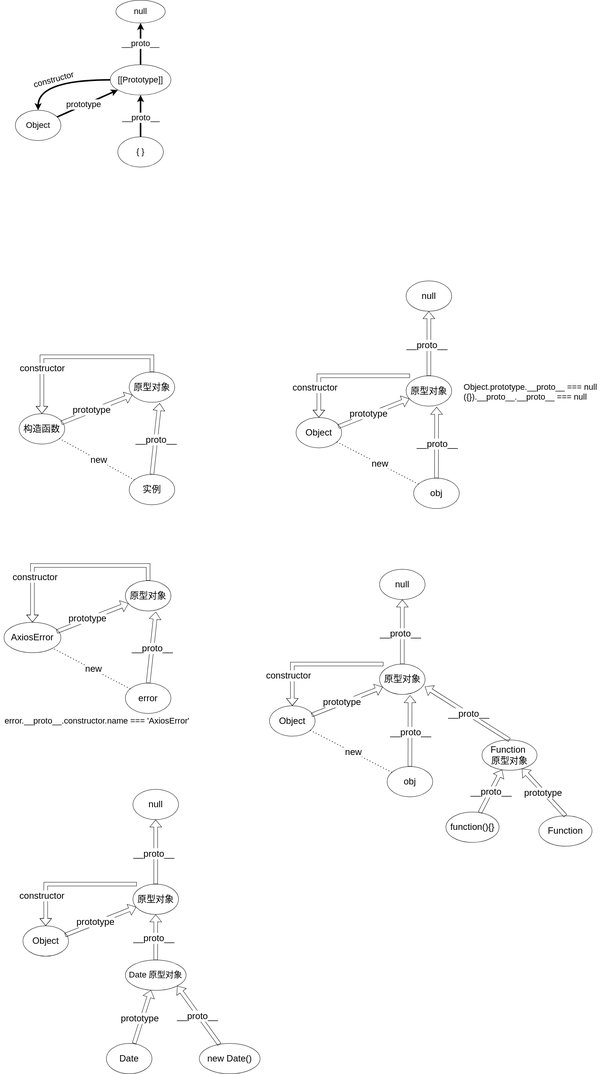
Before: es-prototypeObj-constructor-instance.drawio.svg, a diagram exported from draw.io (Linhieng/diagrams). Source tidied: cells renumbered, new cells last; positions are measured from the earlier drawing's top-left corner, leaving out a move shared by most shapes.
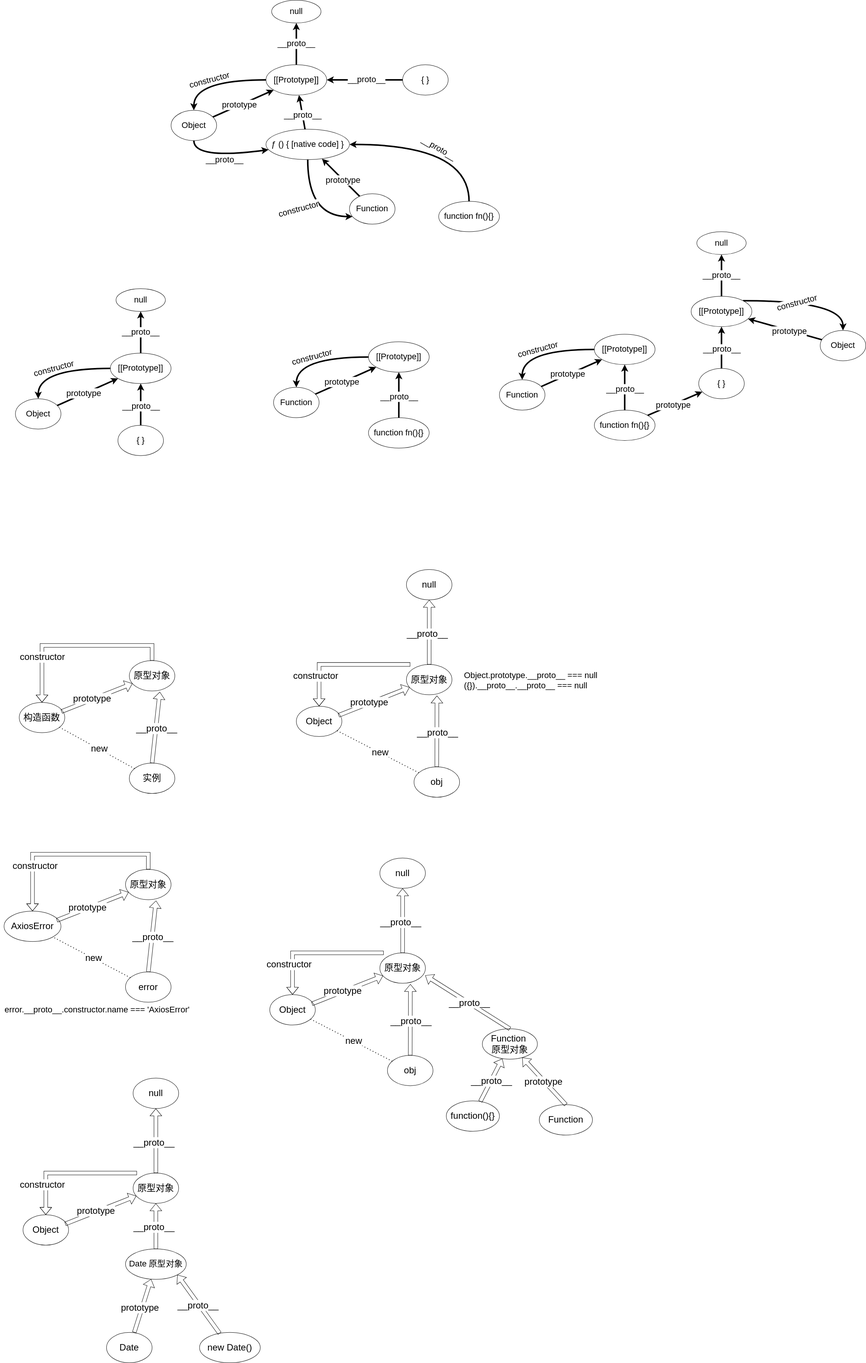
Later version of the same file.

Change to the diagram source:
```diff
@@ -346,5 +346,212 @@
     <mxCell id="92" value="null" style="ellipse;whiteSpace=wrap;html=1;fontSize=22;" parent="1" vertex="1">
       <mxGeometry x="305" width="130" height="60" as="geometry" />
     </mxCell>
+    <mxCell id="93" style="rounded=0;jettySize=auto;html=1;strokeWidth=4;" parent="1" edge="1" source="95" target="101">
+      <mxGeometry relative="1" as="geometry" />
+    </mxCell>
+    <mxCell id="94" value="&lt;font style=&quot;font-size: 22px;&quot;&gt;prototype&lt;/font&gt;" style="edgeLabel;html=1;align=center;verticalAlign=middle;" parent="93" vertex="1">
+      <mxGeometry x="-0.12" y="2" relative="1" as="geometry" />
+    </mxCell>
+    <mxCell id="95" value="Function" style="ellipse;whiteSpace=wrap;html=1;fontSize=22;" parent="1" vertex="1">
+      <mxGeometry x="720" y="260" width="120" height="80" as="geometry" />
+    </mxCell>
+    <mxCell id="96" style="edgeStyle=orthogonalEdgeStyle;rounded=0;jettySize=auto;html=1;strokeWidth=4;" parent="1" edge="1" source="98" target="101">
+      <mxGeometry relative="1" as="geometry" />
+    </mxCell>
+    <mxCell id="97" value="&lt;font style=&quot;font-size: 22px;&quot;&gt;__proto__&lt;/font&gt;" style="edgeLabel;html=1;align=center;verticalAlign=middle;" parent="96" vertex="1">
+      <mxGeometry x="-0.07" y="-2" relative="1" as="geometry">
+        <mxPoint x="-2" as="offset" />
+      </mxGeometry>
+    </mxCell>
+    <mxCell id="98" value="function fn(){}" style="ellipse;whiteSpace=wrap;html=1;fontSize=22;" parent="1" vertex="1">
+      <mxGeometry x="970" y="340" width="160" height="80" as="geometry" />
+    </mxCell>
+    <mxCell id="99" style="edgeStyle=orthogonalEdgeStyle;rounded=0;jettySize=auto;html=1;strokeWidth=4;curved=1;" parent="1" edge="1" source="101" target="95">
+      <mxGeometry relative="1" as="geometry" />
+    </mxCell>
+    <mxCell id="100" value="&lt;font style=&quot;font-size: 22px;&quot;&gt;constructor&lt;/font&gt;" style="edgeLabel;html=1;align=center;verticalAlign=middle;rotation=-15;" parent="99" vertex="1">
+      <mxGeometry x="-0.05" y="-3" relative="1" as="geometry">
+        <mxPoint x="-22" y="3" as="offset" />
+      </mxGeometry>
+    </mxCell>
+    <mxCell id="101" value="[[Prototype]]" style="ellipse;whiteSpace=wrap;html=1;fontSize=22;" parent="1" vertex="1">
+      <mxGeometry x="970" y="140" width="160" height="80" as="geometry" />
+    </mxCell>
+    <mxCell id="102" style="rounded=0;jettySize=auto;html=1;strokeWidth=4;" parent="1" edge="1" source="104" target="110">
+      <mxGeometry relative="1" as="geometry" />
+    </mxCell>
+    <mxCell id="103" value="&lt;font style=&quot;font-size: 22px;&quot;&gt;prototype&lt;/font&gt;" style="edgeLabel;html=1;align=center;verticalAlign=middle;" parent="102" vertex="1">
+      <mxGeometry x="-0.12" y="2" relative="1" as="geometry" />
+    </mxCell>
+    <mxCell id="104" value="Function" style="ellipse;whiteSpace=wrap;html=1;fontSize=22;" parent="1" vertex="1">
+      <mxGeometry x="1315" y="240" width="120" height="80" as="geometry" />
+    </mxCell>
+    <mxCell id="105" style="edgeStyle=orthogonalEdgeStyle;rounded=0;jettySize=auto;html=1;strokeWidth=4;" parent="1" edge="1" source="107" target="110">
+      <mxGeometry relative="1" as="geometry" />
+    </mxCell>
+    <mxCell id="106" value="&lt;font style=&quot;font-size: 22px;&quot;&gt;__proto__&lt;/font&gt;" style="edgeLabel;html=1;align=center;verticalAlign=middle;" parent="105" vertex="1">
+      <mxGeometry x="-0.07" y="-2" relative="1" as="geometry">
+        <mxPoint x="-2" as="offset" />
+      </mxGeometry>
+    </mxCell>
+    <mxCell id="107" value="function fn(){}" style="ellipse;whiteSpace=wrap;html=1;fontSize=22;" parent="1" vertex="1">
+      <mxGeometry x="1565" y="320" width="160" height="80" as="geometry" />
+    </mxCell>
+    <mxCell id="108" style="edgeStyle=orthogonalEdgeStyle;rounded=0;jettySize=auto;html=1;strokeWidth=4;curved=1;" parent="1" edge="1" source="110" target="104">
+      <mxGeometry relative="1" as="geometry" />
+    </mxCell>
+    <mxCell id="109" value="&lt;font style=&quot;font-size: 22px;&quot;&gt;constructor&lt;/font&gt;" style="edgeLabel;html=1;align=center;verticalAlign=middle;rotation=-15;" parent="108" vertex="1">
+      <mxGeometry x="-0.05" y="-3" relative="1" as="geometry">
+        <mxPoint x="-22" y="3" as="offset" />
+      </mxGeometry>
+    </mxCell>
+    <mxCell id="110" value="[[Prototype]]" style="ellipse;whiteSpace=wrap;html=1;fontSize=22;" parent="1" vertex="1">
+      <mxGeometry x="1565" y="120" width="160" height="80" as="geometry" />
+    </mxCell>
+    <mxCell id="111" style="rounded=0;jettySize=auto;html=1;strokeWidth=4;" parent="1" edge="1" source="107" target="118">
+      <mxGeometry relative="1" as="geometry" />
+    </mxCell>
+    <mxCell id="112" value="&lt;font style=&quot;font-size: 22px;&quot;&gt;prototype&lt;/font&gt;" style="edgeLabel;html=1;align=center;verticalAlign=middle;" parent="111" vertex="1">
+      <mxGeometry x="-0.07" y="-2" relative="1" as="geometry">
+        <mxPoint x="-2" as="offset" />
+      </mxGeometry>
+    </mxCell>
+    <mxCell id="113" style="rounded=0;jettySize=auto;html=1;strokeWidth=4;" parent="1" edge="1" source="115" target="123">
+      <mxGeometry relative="1" as="geometry" />
+    </mxCell>
+    <mxCell id="114" value="&lt;font style=&quot;font-size: 22px;&quot;&gt;prototype&lt;/font&gt;" style="edgeLabel;html=1;align=center;verticalAlign=middle;" parent="113" vertex="1">
+      <mxGeometry x="-0.12" y="2" relative="1" as="geometry" />
+    </mxCell>
+    <mxCell id="115" value="Object" style="ellipse;whiteSpace=wrap;html=1;fontSize=22;" parent="1" vertex="1">
+      <mxGeometry x="2160" y="110" width="120" height="80" as="geometry" />
+    </mxCell>
+    <mxCell id="116" style="edgeStyle=orthogonalEdgeStyle;rounded=0;jettySize=auto;html=1;strokeWidth=4;" parent="1" edge="1" source="118" target="123">
+      <mxGeometry relative="1" as="geometry" />
+    </mxCell>
+    <mxCell id="117" value="&lt;font style=&quot;font-size: 22px;&quot;&gt;__proto__&lt;/font&gt;" style="edgeLabel;html=1;align=center;verticalAlign=middle;" parent="116" vertex="1">
+      <mxGeometry x="-0.07" y="-2" relative="1" as="geometry">
+        <mxPoint x="-2" as="offset" />
+      </mxGeometry>
+    </mxCell>
+    <mxCell id="118" value="{ }" style="ellipse;whiteSpace=wrap;html=1;fontSize=22;" parent="1" vertex="1">
+      <mxGeometry x="1840" y="210" width="120" height="80" as="geometry" />
+    </mxCell>
+    <mxCell id="119" style="edgeStyle=orthogonalEdgeStyle;rounded=0;jettySize=auto;html=1;strokeWidth=4;" parent="1" edge="1" source="123" target="124">
+      <mxGeometry relative="1" as="geometry" />
+    </mxCell>
+    <mxCell id="120" value="&lt;font style=&quot;font-size: 22px;&quot;&gt;__proto__&lt;/font&gt;" style="edgeLabel;html=1;align=center;verticalAlign=middle;" parent="119" vertex="1">
+      <mxGeometry x="0.01" y="1" relative="1" as="geometry" />
+    </mxCell>
+    <mxCell id="121" style="edgeStyle=orthogonalEdgeStyle;rounded=0;jettySize=auto;html=1;strokeWidth=4;curved=1;exitX=1;exitY=0;exitDx=0;exitDy=0;" parent="1" edge="1" source="123" target="115">
+      <mxGeometry relative="1" as="geometry" />
+    </mxCell>
+    <mxCell id="122" value="&lt;font style=&quot;font-size: 22px;&quot;&gt;constructor&lt;/font&gt;" style="edgeLabel;html=1;align=center;verticalAlign=middle;rotation=-15;" parent="121" vertex="1">
+      <mxGeometry x="-0.05" y="-3" relative="1" as="geometry">
+        <mxPoint x="-22" y="3" as="offset" />
+      </mxGeometry>
+    </mxCell>
+    <mxCell id="123" value="[[Prototype]]" style="ellipse;whiteSpace=wrap;html=1;fontSize=22;" parent="1" vertex="1">
+      <mxGeometry x="1820" y="20" width="160" height="80" as="geometry" />
+    </mxCell>
+    <mxCell id="124" value="null" style="ellipse;whiteSpace=wrap;html=1;fontSize=22;" parent="1" vertex="1">
+      <mxGeometry x="1835" y="-150" width="130" height="60" as="geometry" />
+    </mxCell>
+    <mxCell id="125" style="rounded=0;jettySize=auto;html=1;strokeWidth=4;" parent="1" edge="1" source="127" target="135">
+      <mxGeometry relative="1" as="geometry" />
+    </mxCell>
+    <mxCell id="126" value="&lt;font style=&quot;font-size: 22px;&quot;&gt;prototype&lt;/font&gt;" style="edgeLabel;html=1;align=center;verticalAlign=middle;" parent="125" vertex="1">
+      <mxGeometry x="-0.12" y="2" relative="1" as="geometry" />
+    </mxCell>
+    <mxCell id="127" value="Object" style="ellipse;whiteSpace=wrap;html=1;fontSize=22;" parent="1" vertex="1">
+      <mxGeometry x="450" y="-470" width="120" height="80" as="geometry" />
+    </mxCell>
+    <mxCell id="128" style="rounded=0;jettySize=auto;html=1;strokeWidth=4;" parent="1" edge="1" source="130" target="135">
+      <mxGeometry relative="1" as="geometry" />
+    </mxCell>
+    <mxCell id="129" value="&lt;font style=&quot;font-size: 22px;&quot;&gt;__proto__&lt;/font&gt;" style="edgeLabel;html=1;align=center;verticalAlign=middle;" parent="128" vertex="1">
+      <mxGeometry x="-0.07" y="-2" relative="1" as="geometry">
+        <mxPoint x="-2" as="offset" />
+      </mxGeometry>
+    </mxCell>
+    <mxCell id="130" value="{ }" style="ellipse;whiteSpace=wrap;html=1;fontSize=22;" parent="1" vertex="1">
+      <mxGeometry x="1060" y="-590" width="120" height="80" as="geometry" />
+    </mxCell>
+    <mxCell id="131" style="edgeStyle=orthogonalEdgeStyle;rounded=0;jettySize=auto;html=1;strokeWidth=4;" parent="1" edge="1" source="135" target="136">
+      <mxGeometry relative="1" as="geometry" />
+    </mxCell>
+    <mxCell id="132" value="&lt;font style=&quot;font-size: 22px;&quot;&gt;__proto__&lt;/font&gt;" style="edgeLabel;html=1;align=center;verticalAlign=middle;" parent="131" vertex="1">
+      <mxGeometry x="0.01" y="1" relative="1" as="geometry" />
+    </mxCell>
+    <mxCell id="133" style="edgeStyle=orthogonalEdgeStyle;rounded=0;jettySize=auto;html=1;strokeWidth=4;curved=1;" parent="1" edge="1" source="135" target="127">
+      <mxGeometry relative="1" as="geometry" />
+    </mxCell>
+    <mxCell id="134" value="&lt;font style=&quot;font-size: 22px;&quot;&gt;constructor&lt;/font&gt;" style="edgeLabel;html=1;align=center;verticalAlign=middle;rotation=-15;" parent="133" vertex="1">
+      <mxGeometry x="-0.05" y="-3" relative="1" as="geometry">
+        <mxPoint x="-22" y="3" as="offset" />
+      </mxGeometry>
+    </mxCell>
+    <mxCell id="135" value="[[Prototype]]" style="ellipse;whiteSpace=wrap;html=1;fontSize=22;" parent="1" vertex="1">
+      <mxGeometry x="700" y="-590" width="160" height="80" as="geometry" />
+    </mxCell>
+    <mxCell id="136" value="null" style="ellipse;whiteSpace=wrap;html=1;fontSize=22;" parent="1" vertex="1">
+      <mxGeometry x="715" y="-760" width="130" height="60" as="geometry" />
+    </mxCell>
+    <mxCell id="137" style="rounded=0;jettySize=auto;html=1;strokeWidth=4;" parent="1" edge="1" source="139" target="135">
+      <mxGeometry relative="1" as="geometry" />
+    </mxCell>
+    <mxCell id="138" value="&lt;font style=&quot;font-size: 22px;&quot;&gt;__proto__&lt;/font&gt;" style="edgeLabel;html=1;align=center;verticalAlign=middle;" parent="137" vertex="1">
+      <mxGeometry x="-0.17" relative="1" as="geometry" />
+    </mxCell>
+    <mxCell id="139" value="ƒ () { [native code] }" style="ellipse;whiteSpace=wrap;html=1;fontSize=22;" parent="1" vertex="1">
+      <mxGeometry x="700" y="-420" width="220" height="80" as="geometry" />
+    </mxCell>
+    <mxCell id="140" style="edgeStyle=orthogonalEdgeStyle;rounded=0;jettySize=auto;html=1;strokeWidth=4;curved=1;" parent="1" edge="1" source="127" target="139">
+      <mxGeometry relative="1" as="geometry">
+        <Array as="points">
+          <mxPoint x="510" y="-340" />
+        </Array>
+      </mxGeometry>
+    </mxCell>
+    <mxCell id="141" value="&lt;font style=&quot;font-size: 22px;&quot;&gt;__proto__&lt;/font&gt;" style="edgeLabel;html=1;align=center;verticalAlign=middle;rotation=0;" parent="140" vertex="1">
+      <mxGeometry x="-0.05" y="-3" relative="1" as="geometry">
+        <mxPoint x="12" y="6" as="offset" />
+      </mxGeometry>
+    </mxCell>
+    <mxCell id="142" style="rounded=0;jettySize=auto;html=1;strokeWidth=4;" parent="1" edge="1" source="144" target="139">
+      <mxGeometry relative="1" as="geometry" />
+    </mxCell>
+    <mxCell id="143" value="&lt;font style=&quot;font-size: 22px;&quot;&gt;prototype&lt;/font&gt;" style="edgeLabel;html=1;align=center;verticalAlign=middle;" parent="142" vertex="1">
+      <mxGeometry x="-0.12" y="2" relative="1" as="geometry" />
+    </mxCell>
+    <mxCell id="144" value="Function" style="ellipse;whiteSpace=wrap;html=1;fontSize=22;" parent="1" vertex="1">
+      <mxGeometry x="920" y="-250" width="120" height="80" as="geometry" />
+    </mxCell>
+    <mxCell id="145" style="edgeStyle=orthogonalEdgeStyle;rounded=0;jettySize=auto;html=1;strokeWidth=4;curved=1;" parent="1" edge="1" source="147" target="139">
+      <mxGeometry relative="1" as="geometry">
+        <Array as="points">
+          <mxPoint x="1235" y="-380" />
+        </Array>
+      </mxGeometry>
+    </mxCell>
+    <mxCell id="146" value="&lt;font style=&quot;font-size: 22px;&quot;&gt;__proto__&lt;/font&gt;" style="edgeLabel;html=1;align=center;verticalAlign=middle;rotation=30;" parent="145" vertex="1">
+      <mxGeometry x="-0.07" y="-2" relative="1" as="geometry">
+        <mxPoint x="-13" y="12" as="offset" />
+      </mxGeometry>
+    </mxCell>
+    <mxCell id="147" value="function fn(){}" style="ellipse;whiteSpace=wrap;html=1;fontSize=22;" parent="1" vertex="1">
+      <mxGeometry x="1155" y="-230" width="160" height="80" as="geometry" />
+    </mxCell>
+    <mxCell id="148" style="edgeStyle=orthogonalEdgeStyle;rounded=0;jettySize=auto;html=1;strokeWidth=4;curved=1;" parent="1" edge="1" source="139" target="144">
+      <mxGeometry relative="1" as="geometry">
+        <Array as="points">
+          <mxPoint x="810" y="-190" />
+        </Array>
+      </mxGeometry>
+    </mxCell>
+    <mxCell id="149" value="&lt;font style=&quot;font-size: 22px;&quot;&gt;constructor&lt;/font&gt;" style="edgeLabel;html=1;align=center;verticalAlign=middle;rotation=-15;" parent="148" vertex="1">
+      <mxGeometry x="-0.05" y="-3" relative="1" as="geometry">
+        <mxPoint x="-22" y="3" as="offset" />
+      </mxGeometry>
+    </mxCell>
   </root>
 </mxGraphModel>
```
